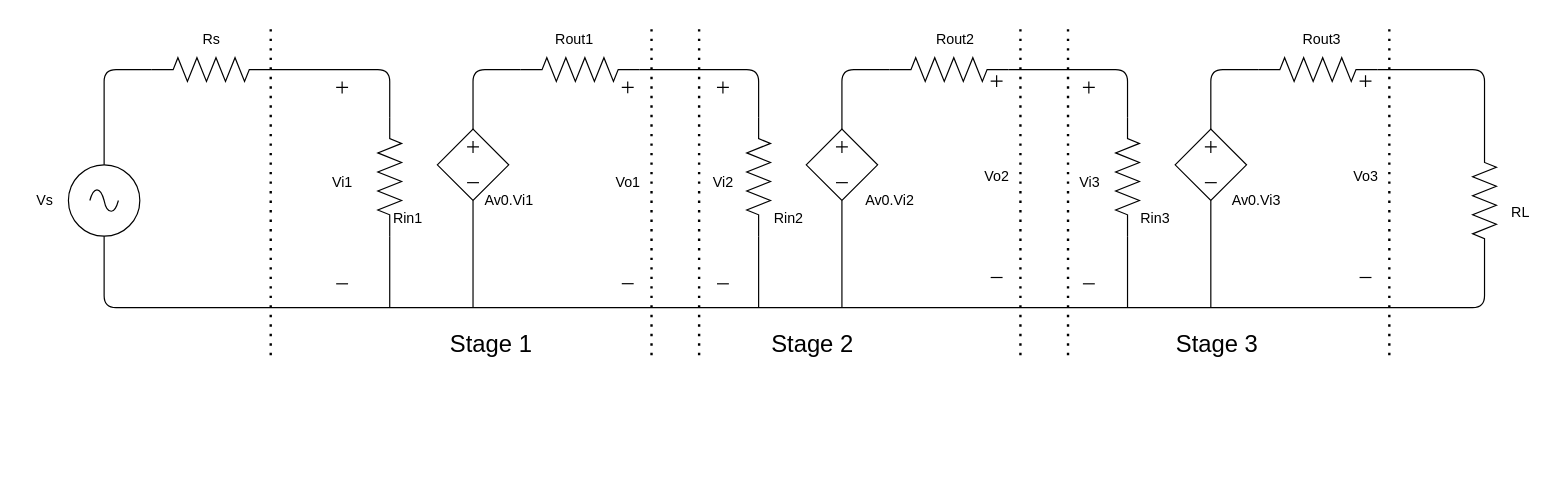
Earlier version of the draw.io diagram Homework1/my-chapters/my-diagrams/Question6/caub.drawio (Noname-29-lnin/DTUD). Source tidied: cells renumbered, new cells numbered last; positions are measured from the earlier drawing's top-left corner, leaving out a move shared by most shapes. Both pictures are drawn from the tidied source at 119%, with x=0, y=0 at pixel (20, 21).
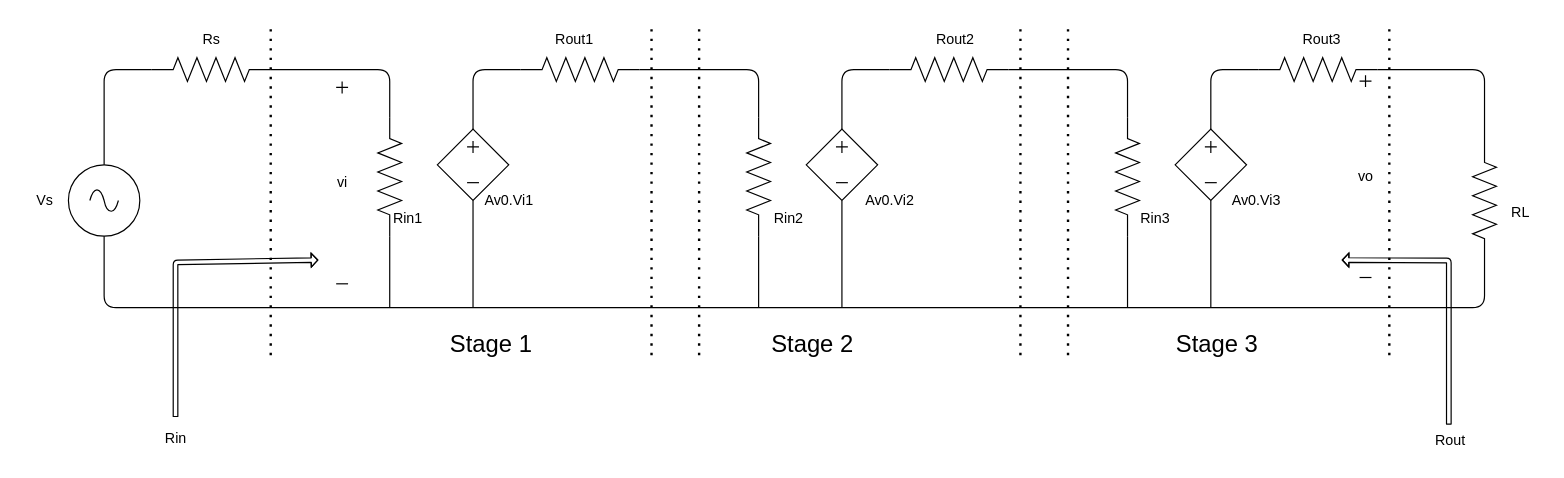
After the change.

The change refers to these unchanged cells:
```xml
<mxCell id="9" style="group;" parent="1" vertex="1">
  <mxGeometry x="350" y="90" width="60" height="60" as="geometry" />
</mxCell>
```

Change to the diagram source:
```diff
@@
-    <mxCell id="14" style="shape=cross;whiteSpace=wrap;html=1;size=0;" parent="9" vertex="1">
-      <mxGeometry x="235" y="-40" width="10" height="10" as="geometry" />
-    </mxCell>
-    <mxCell id="15" style="shape=cross;whiteSpace=wrap;html=1;size=0;" parent="9" vertex="1">
-      <mxGeometry x="542.5" y="-40" width="10" height="10" as="geometry" />
-    </mxCell>
-    <mxCell id="16" style="shape=cross;whiteSpace=wrap;html=1;size=0;" parent="9" vertex="1">
-      <mxGeometry x="155" y="-40.1" width="10" height="10" as="geometry" />
-    </mxCell>
-    <mxCell id="17" style="shape=cross;whiteSpace=wrap;html=1;size=0;" parent="9" vertex="1">
-      <mxGeometry x="465" y="-45.3" width="10" height="10" as="geometry" />
-    </mxCell>
@@
-    <mxCell id="58" value="Vi1" style="text;html=1;align=center;verticalAlign=middle;strokeColor=none;fillColor=none;" parent="1" vertex="1">
-      <mxGeometry x="250" y="120" width="40" height="30" as="geometry" />
+    <mxCell id="58" value="vi" style="text;html=1;align=center;verticalAlign=middle;strokeColor=none;fillColor=none;" parent="1" vertex="1">
+      <mxGeometry x="255" y="120" width="30" height="30" as="geometry" />
     </mxCell>
@@
-    <mxCell id="60" value="Vi2" style="text;html=1;align=center;verticalAlign=middle;strokeColor=none;fillColor=none;" parent="1" vertex="1">
-      <mxGeometry x="570" y="120" width="40" height="30" as="geometry" />
-    </mxCell>
-    <mxCell id="61" style="endArrow=none;html=1;" parent="1" edge="1">
-      <mxGeometry relative="1" as="geometry">
-        <mxPoint x="585" y="220" as="sourcePoint" />
-        <mxPoint x="595" y="220" as="targetPoint" />
-      </mxGeometry>
-    </mxCell>
@@
-    <mxCell id="65" value="Vi3" style="text;html=1;align=center;verticalAlign=middle;strokeColor=none;fillColor=none;" parent="1" vertex="1">
-      <mxGeometry x="877.5" y="120" width="40" height="30" as="geometry" />
-    </mxCell>
-    <mxCell id="66" style="endArrow=none;html=1;" parent="1" edge="1">
-      <mxGeometry relative="1" as="geometry">
-        <mxPoint x="892.5" y="220" as="sourcePoint" />
-        <mxPoint x="902.5" y="220" as="targetPoint" />
-      </mxGeometry>
-    </mxCell>
@@
-    <mxCell id="70" value="Vo1" style="text;html=1;align=center;verticalAlign=middle;strokeColor=none;fillColor=none;" parent="1" vertex="1">
-      <mxGeometry x="490" y="119.9" width="40" height="30" as="geometry" />
-    </mxCell>
-    <mxCell id="71" style="endArrow=none;html=1;" parent="1" edge="1">
-      <mxGeometry relative="1" as="geometry">
-        <mxPoint x="505" y="219.9" as="sourcePoint" />
-        <mxPoint x="515" y="219.9" as="targetPoint" />
-      </mxGeometry>
-    </mxCell>
-    <mxCell id="72" value="Vo2" style="text;html=1;align=center;verticalAlign=middle;strokeColor=none;fillColor=none;" parent="1" vertex="1">
-      <mxGeometry x="800" y="114.7" width="40" height="30" as="geometry" />
-    </mxCell>
-    <mxCell id="73" style="endArrow=none;html=1;" parent="1" edge="1">
-      <mxGeometry relative="1" as="geometry">
-        <mxPoint x="815" y="214.7" as="sourcePoint" />
-        <mxPoint x="825" y="214.7" as="targetPoint" />
-      </mxGeometry>
-    </mxCell>
-    <mxCell id="74" value="Vo3" style="text;html=1;align=center;verticalAlign=middle;strokeColor=none;fillColor=none;" parent="1" vertex="1">
+    <mxCell id="74" value="vo" style="text;html=1;align=center;verticalAlign=middle;strokeColor=none;fillColor=none;" parent="1" vertex="1">
       <mxGeometry x="1110" y="114.7" width="40" height="30" as="geometry" />
     </mxCell>
@@
+    <mxCell id="77" style="shape=flexArrow;endArrow=classic;html=1;width=3.888888888888889;endSize=1.4972067039106147;endWidth=6.828057107386718;" parent="1" edge="1">
+      <mxGeometry relative="1" as="geometry">
+        <mxPoint x="130" y="332" as="sourcePoint" />
+        <mxPoint x="250" y="200" as="targetPoint" />
+        <Array as="points">
+          <mxPoint x="130" y="202" />
+        </Array>
+      </mxGeometry>
+    </mxCell>
+    <mxCell id="78" value="Rin" style="text;html=1;align=center;verticalAlign=middle;strokeColor=none;fillColor=none;" parent="1" vertex="1">
+      <mxGeometry x="110" y="335" width="40" height="30" as="geometry" />
+    </mxCell>
+    <mxCell id="79" style="shape=flexArrow;endArrow=classic;html=1;width=3.888888888888889;endSize=1.4972067039106147;endWidth=6.828057107386718;" parent="1" edge="1">
+      <mxGeometry relative="1" as="geometry">
+        <mxPoint x="1200" y="338.4" as="sourcePoint" />
+        <mxPoint x="1110" y="200" as="targetPoint" />
+        <Array as="points">
+          <mxPoint x="1200" y="200.4" />
+        </Array>
+      </mxGeometry>
+    </mxCell>
+    <mxCell id="80" value="Rout" style="text;html=1;align=center;verticalAlign=middle;strokeColor=none;fillColor=none;" parent="1" vertex="1">
+      <mxGeometry x="1176" y="337" width="50" height="30" as="geometry" />
+    </mxCell>
```
